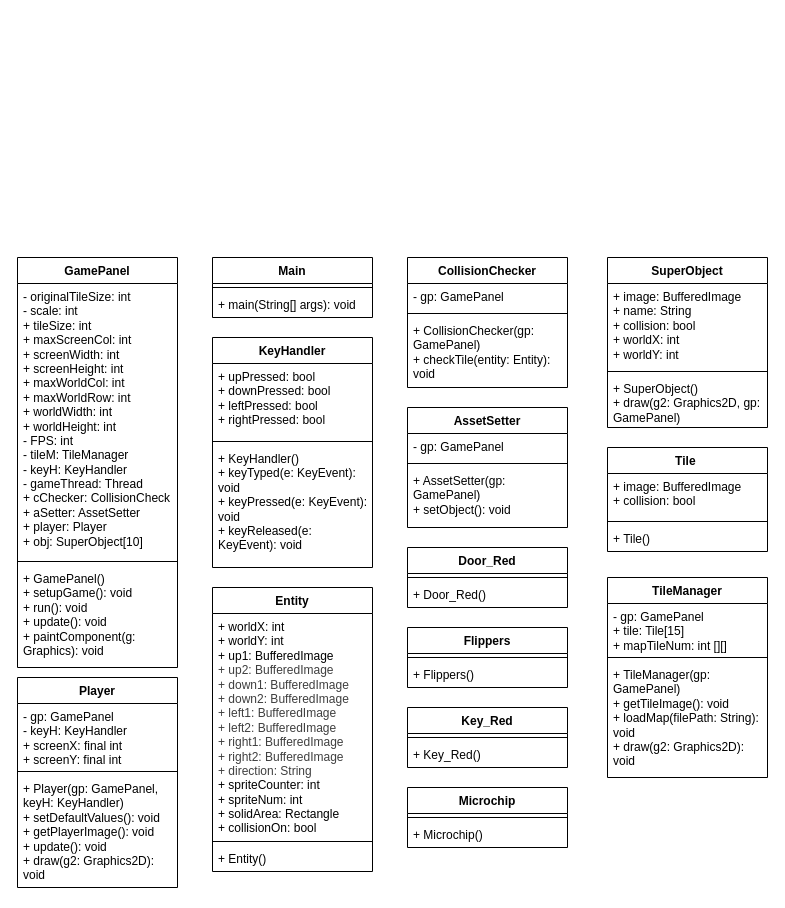
Earlier version of the draw.io diagram UML Diagram.drawio (chrysoooo/ChipChallenge). Source tidied: cells renumbered, new cells numbered last; positions are measured from the earlier drawing's top-left corner, leaving out a move shared by most shapes. Both pictures are drawn from the tidied source at 100%, with x=0, y=0 at pixel (17, 257).
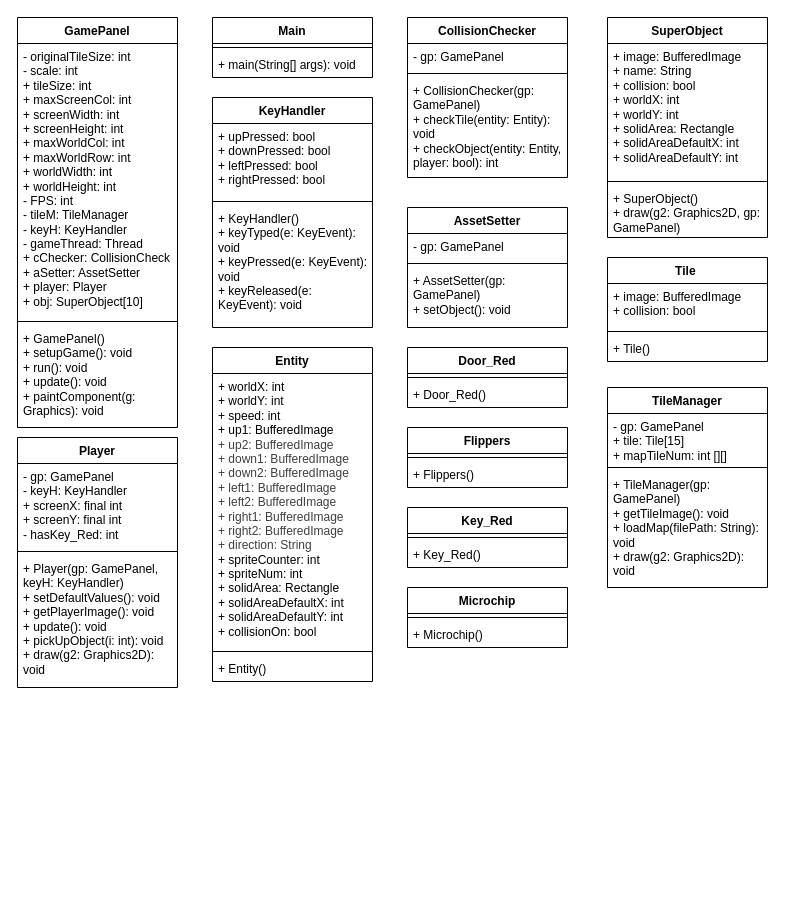
The same page after the edit.

Commit message:
initial class diagram 2.0

Change to the diagram source:
```diff
@@
     <mxCell id="2" value="Main" style="swimlane;fontStyle=1;align=center;verticalAlign=top;horizontal=1;startSize=26;whiteSpace=wrap;html=1;" parent="1" vertex="1">
-      <mxGeometry x="195" width="160" height="60" as="geometry" />
+      <mxGeometry x="195" y="-240" width="160" height="60" as="geometry" />
     </mxCell>
@@
     <mxCell id="5" value="GamePanel" style="swimlane;fontStyle=1;align=center;verticalAlign=top;horizontal=1;startSize=26;whiteSpace=wrap;html=1;" parent="1" vertex="1">
-      <mxGeometry width="160" height="410" as="geometry" />
+      <mxGeometry y="-240" width="160" height="410" as="geometry" />
     </mxCell>
@@
     <mxCell id="9" value="KeyHandler" style="swimlane;fontStyle=1;align=center;verticalAlign=top;horizontal=1;startSize=26;whiteSpace=wrap;html=1;" parent="1" vertex="1">
-      <mxGeometry x="195" y="80" width="160" height="230" as="geometry" />
+      <mxGeometry x="195" y="-160" width="160" height="230" as="geometry" />
     </mxCell>
@@
     <mxCell id="13" value="CollisionChecker" style="swimlane;fontStyle=1;align=center;verticalAlign=top;horizontal=1;startSize=26;whiteSpace=wrap;html=1;" parent="1" vertex="1">
-      <mxGeometry x="390" width="160" height="130" as="geometry" />
+      <mxGeometry x="390" y="-240" width="160" height="160" as="geometry" />
     </mxCell>
@@
-    <mxCell id="16" value="+ CollisionChecker(gp: GamePanel)&lt;div&gt;+ checkTile(entity: Entity): void&lt;/div&gt;&lt;div&gt;&lt;br&gt;&lt;/div&gt;" style="text;strokeColor=none;fillColor=none;align=left;verticalAlign=top;spacingLeft=4;spacingRight=4;overflow=hidden;whiteSpace=wrap;html=1;" parent="13" vertex="1">
-      <mxGeometry y="60" width="160" height="70" as="geometry" />
+    <mxCell id="16" value="+ CollisionChecker(gp: GamePanel)&lt;div&gt;+ checkTile(entity: Entity): void&lt;/div&gt;&lt;div&gt;+ checkObject(entity: Entity, player: bool): int&lt;/div&gt;&lt;div&gt;&lt;br&gt;&lt;/div&gt;" style="text;strokeColor=none;fillColor=none;align=left;verticalAlign=top;spacingLeft=4;spacingRight=4;overflow=hidden;whiteSpace=wrap;html=1;" parent="13" vertex="1">
+      <mxGeometry y="60" width="160" height="100" as="geometry" />
     </mxCell>
     <mxCell id="17" value="AssetSetter" style="swimlane;fontStyle=1;align=center;verticalAlign=top;horizontal=1;startSize=26;whiteSpace=wrap;html=1;" parent="1" vertex="1">
-      <mxGeometry x="390" y="150" width="160" height="120" as="geometry" />
+      <mxGeometry x="390" y="-50" width="160" height="120" as="geometry" />
     </mxCell>
@@
     <mxCell id="21" value="Entity" style="swimlane;fontStyle=1;align=center;verticalAlign=top;horizontal=1;startSize=26;whiteSpace=wrap;html=1;" parent="1" vertex="1">
-      <mxGeometry x="195" y="330" width="160" height="284" as="geometry" />
+      <mxGeometry x="195" y="90" width="160" height="334" as="geometry" />
     </mxCell>
-    <mxCell id="22" value="+ worldX: int&lt;div&gt;+ worldY: int&lt;/div&gt;&lt;div&gt;+ up1: BufferedImage&lt;/div&gt;&lt;span style=&quot;color: rgb(63, 63, 63);&quot;&gt;+ up2: BufferedImage&lt;/span&gt;&lt;div&gt;&lt;span style=&quot;color: rgb(63, 63, 63);&quot;&gt;+ down1: BufferedImage&lt;/span&gt;&lt;/div&gt;&lt;div&gt;&lt;span style=&quot;color: rgb(63, 63, 63);&quot;&gt;+ down2: BufferedImage&lt;/span&gt;&lt;/div&gt;&lt;span style=&quot;color: rgb(63, 63, 63);&quot;&gt;+ left1: BufferedImage&lt;/span&gt;&lt;br class=&quot;Apple-interchange-newline&quot;&gt;&lt;span style=&quot;color: rgb(63, 63, 63);&quot;&gt;+ left2: BufferedImage&lt;/span&gt;&lt;br class=&quot;Apple-interchange-newline&quot;&gt;&lt;span style=&quot;color: rgb(63, 63, 63);&quot;&gt;+ right1: BufferedImage&lt;/span&gt;&lt;br class=&quot;Apple-interchange-newline&quot;&gt;&lt;span style=&quot;color: rgb(63, 63, 63);&quot;&gt;+ right2: BufferedImage&lt;/span&gt;&lt;div&gt;&lt;span style=&quot;color: rgb(63, 63, 63);&quot;&gt;+ direction: String&lt;/span&gt;&lt;/div&gt;&lt;div&gt;+ spriteCounter: int&lt;/div&gt;&lt;div&gt;+ spriteNum: int&lt;/div&gt;&lt;div&gt;+ solidArea: Rectangle&lt;/div&gt;&lt;div&gt;+ collisionOn: bool&lt;/div&gt;" style="text;strokeColor=none;fillColor=none;align=left;verticalAlign=top;spacingLeft=4;spacingRight=4;overflow=hidden;whiteSpace=wrap;html=1;" parent="21" vertex="1">
-      <mxGeometry y="26" width="160" height="224" as="geometry" />
+    <mxCell id="22" value="+ worldX: int&lt;div&gt;+ worldY: int&lt;/div&gt;&lt;div&gt;+ speed: int&lt;/div&gt;&lt;div&gt;+ up1: BufferedImage&lt;/div&gt;&lt;span style=&quot;color: rgb(63, 63, 63);&quot;&gt;+ up2: BufferedImage&lt;/span&gt;&lt;div&gt;&lt;span style=&quot;color: rgb(63, 63, 63);&quot;&gt;+ down1: BufferedImage&lt;/span&gt;&lt;/div&gt;&lt;div&gt;&lt;span style=&quot;color: rgb(63, 63, 63);&quot;&gt;+ down2: BufferedImage&lt;/span&gt;&lt;/div&gt;&lt;span style=&quot;color: rgb(63, 63, 63);&quot;&gt;+ left1: BufferedImage&lt;/span&gt;&lt;br class=&quot;Apple-interchange-newline&quot;&gt;&lt;span style=&quot;color: rgb(63, 63, 63);&quot;&gt;+ left2: BufferedImage&lt;/span&gt;&lt;br class=&quot;Apple-interchange-newline&quot;&gt;&lt;span style=&quot;color: rgb(63, 63, 63);&quot;&gt;+ right1: BufferedImage&lt;/span&gt;&lt;br class=&quot;Apple-interchange-newline&quot;&gt;&lt;span style=&quot;color: rgb(63, 63, 63);&quot;&gt;+ right2: BufferedImage&lt;/span&gt;&lt;div&gt;&lt;span style=&quot;color: rgb(63, 63, 63);&quot;&gt;+ direction: String&lt;/span&gt;&lt;/div&gt;&lt;div&gt;+ spriteCounter: int&lt;/div&gt;&lt;div&gt;+ spriteNum: int&lt;/div&gt;&lt;div&gt;+ solidArea: Rectangle&lt;/div&gt;&lt;div&gt;+ solidAreaDefaultX: int&lt;/div&gt;&lt;div&gt;+ solidAreaDefaultY: int&lt;/div&gt;&lt;div&gt;+ collisionOn: bool&lt;/div&gt;" style="text;strokeColor=none;fillColor=none;align=left;verticalAlign=top;spacingLeft=4;spacingRight=4;overflow=hidden;whiteSpace=wrap;html=1;" parent="21" vertex="1">
+      <mxGeometry y="26" width="160" height="274" as="geometry" />
     </mxCell>
     <mxCell id="23" style="line;strokeWidth=1;fillColor=none;align=left;verticalAlign=middle;spacingTop=-1;spacingLeft=3;spacingRight=3;labelPosition=right;strokeColor=inherit;" parent="21" vertex="1">
-      <mxGeometry y="250" width="160" height="8" as="geometry" />
+      <mxGeometry y="300" width="160" height="8" as="geometry" />
     </mxCell>
     <mxCell id="24" value="+ Entity()" style="text;strokeColor=none;fillColor=none;align=left;verticalAlign=top;spacingLeft=4;spacingRight=4;overflow=hidden;whiteSpace=wrap;html=1;" parent="21" vertex="1">
-      <mxGeometry y="258" width="160" height="26" as="geometry" />
+      <mxGeometry y="308" width="160" height="26" as="geometry" />
     </mxCell>
     <mxCell id="25" value="Player" style="swimlane;fontStyle=1;align=center;verticalAlign=top;horizontal=1;startSize=26;whiteSpace=wrap;html=1;" parent="1" vertex="1">
-      <mxGeometry y="420" width="160" height="210" as="geometry" />
+      <mxGeometry y="180" width="160" height="250" as="geometry" />
     </mxCell>
-    <mxCell id="26" value="- gp: GamePanel&lt;div&gt;- keyH: KeyHandler&lt;/div&gt;&lt;div&gt;+ screenX: final int&lt;/div&gt;&lt;div&gt;+ screenY: final int&lt;/div&gt;" style="text;strokeColor=none;fillColor=none;align=left;verticalAlign=top;spacingLeft=4;spacingRight=4;overflow=hidden;whiteSpace=wrap;html=1;" parent="25" vertex="1">
-      <mxGeometry y="26" width="160" height="64" as="geometry" />
+    <mxCell id="26" value="- gp: GamePanel&lt;div&gt;- keyH: KeyHandler&lt;/div&gt;&lt;div&gt;+ screenX: final int&lt;/div&gt;&lt;div&gt;+ screenY: final int&lt;/div&gt;&lt;div&gt;- hasKey_Red: int&lt;/div&gt;" style="text;strokeColor=none;fillColor=none;align=left;verticalAlign=top;spacingLeft=4;spacingRight=4;overflow=hidden;whiteSpace=wrap;html=1;" parent="25" vertex="1">
+      <mxGeometry y="26" width="160" height="84" as="geometry" />
     </mxCell>
     <mxCell id="27" style="line;strokeWidth=1;fillColor=none;align=left;verticalAlign=middle;spacingTop=-1;spacingLeft=3;spacingRight=3;labelPosition=right;strokeColor=inherit;" parent="25" vertex="1">
-      <mxGeometry y="90" width="160" height="8" as="geometry" />
+      <mxGeometry y="110" width="160" height="8" as="geometry" />
     </mxCell>
-    <mxCell id="28" value="+ Player(gp: GamePanel, keyH: KeyHandler)&lt;div&gt;+ setDefaultValues(): void&lt;/div&gt;&lt;div&gt;+ getPlayerImage(): void&lt;/div&gt;&lt;div&gt;+ update(): void&lt;/div&gt;&lt;div&gt;+ draw(g2: Graphics2D): void&lt;br&gt;&lt;/div&gt;" style="text;strokeColor=none;fillColor=none;align=left;verticalAlign=top;spacingLeft=4;spacingRight=4;overflow=hidden;whiteSpace=wrap;html=1;" parent="25" vertex="1">
-      <mxGeometry y="98" width="160" height="112" as="geometry" />
+    <mxCell id="28" value="+ Player(gp: GamePanel, keyH: KeyHandler)&lt;div&gt;+ setDefaultValues(): void&lt;/div&gt;&lt;div&gt;+ getPlayerImage(): void&lt;/div&gt;&lt;div&gt;+ update(): void&lt;/div&gt;&lt;div&gt;+ pickUpObject(i: int): void&lt;/div&gt;&lt;div&gt;+ draw(g2: Graphics2D): void&lt;br&gt;&lt;/div&gt;" style="text;strokeColor=none;fillColor=none;align=left;verticalAlign=top;spacingLeft=4;spacingRight=4;overflow=hidden;whiteSpace=wrap;html=1;" parent="25" vertex="1">
+      <mxGeometry y="118" width="160" height="132" as="geometry" />
     </mxCell>
     <mxCell id="29" value="Door_Red" style="swimlane;fontStyle=1;align=center;verticalAlign=top;horizontal=1;startSize=26;whiteSpace=wrap;html=1;" parent="1" vertex="1">
-      <mxGeometry x="390" y="290" width="160" height="60" as="geometry" />
+      <mxGeometry x="390" y="90" width="160" height="60" as="geometry" />
     </mxCell>
@@
     <mxCell id="32" value="Flippers" style="swimlane;fontStyle=1;align=center;verticalAlign=top;horizontal=1;startSize=26;whiteSpace=wrap;html=1;" parent="1" vertex="1">
-      <mxGeometry x="390" y="370" width="160" height="60" as="geometry" />
+      <mxGeometry x="390" y="170" width="160" height="60" as="geometry" />
     </mxCell>
@@
     <mxCell id="35" value="Key_Red" style="swimlane;fontStyle=1;align=center;verticalAlign=top;horizontal=1;startSize=26;whiteSpace=wrap;html=1;" parent="1" vertex="1">
-      <mxGeometry x="390" y="450" width="160" height="60" as="geometry" />
+      <mxGeometry x="390" y="250" width="160" height="60" as="geometry" />
     </mxCell>
@@
     <mxCell id="38" value="Microchip" style="swimlane;fontStyle=1;align=center;verticalAlign=top;horizontal=1;startSize=26;whiteSpace=wrap;html=1;" parent="1" vertex="1">
-      <mxGeometry x="390" y="530" width="160" height="60" as="geometry" />
+      <mxGeometry x="390" y="330" width="160" height="60" as="geometry" />
     </mxCell>
@@
     <mxCell id="41" value="SuperObject" style="swimlane;fontStyle=1;align=center;verticalAlign=top;horizontal=1;startSize=26;whiteSpace=wrap;html=1;" parent="1" vertex="1">
-      <mxGeometry x="590" width="160" height="170" as="geometry" />
+      <mxGeometry x="590" y="-240" width="160" height="220" as="geometry" />
     </mxCell>
-    <mxCell id="42" value="+ image: BufferedImage&lt;div&gt;+ name: String&lt;/div&gt;&lt;div&gt;+ collision: bool&lt;/div&gt;&lt;div&gt;+ worldX: int&lt;/div&gt;&lt;div&gt;+ worldY: int&lt;/div&gt;" style="text;strokeColor=none;fillColor=none;align=left;verticalAlign=top;spacingLeft=4;spacingRight=4;overflow=hidden;whiteSpace=wrap;html=1;" parent="41" vertex="1">
-      <mxGeometry y="26" width="160" height="84" as="geometry" />
+    <mxCell id="42" value="+ image: BufferedImage&lt;div&gt;+ name: String&lt;/div&gt;&lt;div&gt;+ collision: bool&lt;/div&gt;&lt;div&gt;+ worldX: int&lt;/div&gt;&lt;div&gt;+ worldY: int&lt;/div&gt;&lt;div&gt;+ solidArea: Rectangle&lt;/div&gt;&lt;div&gt;+ solidAreaDefaultX: int&lt;/div&gt;&lt;div&gt;+ solidAreaDefaultY: int&lt;/div&gt;" style="text;strokeColor=none;fillColor=none;align=left;verticalAlign=top;spacingLeft=4;spacingRight=4;overflow=hidden;whiteSpace=wrap;html=1;" parent="41" vertex="1">
+      <mxGeometry y="26" width="160" height="134" as="geometry" />
     </mxCell>
     <mxCell id="43" style="line;strokeWidth=1;fillColor=none;align=left;verticalAlign=middle;spacingTop=-1;spacingLeft=3;spacingRight=3;labelPosition=right;strokeColor=inherit;" parent="41" vertex="1">
-      <mxGeometry y="110" width="160" height="8" as="geometry" />
+      <mxGeometry y="160" width="160" height="8" as="geometry" />
     </mxCell>
     <mxCell id="44" value="+ SuperObject()&lt;div&gt;+ draw(g2: Graphics2D, gp: GamePanel)&lt;/div&gt;" style="text;strokeColor=none;fillColor=none;align=left;verticalAlign=top;spacingLeft=4;spacingRight=4;overflow=hidden;whiteSpace=wrap;html=1;" parent="41" vertex="1">
-      <mxGeometry y="118" width="160" height="52" as="geometry" />
+      <mxGeometry y="168" width="160" height="52" as="geometry" />
     </mxCell>
     <mxCell id="45" value="Tile&amp;nbsp;" style="swimlane;fontStyle=1;align=center;verticalAlign=top;horizontal=1;startSize=26;whiteSpace=wrap;html=1;" parent="1" vertex="1">
-      <mxGeometry x="590" y="190" width="160" height="104" as="geometry" />
+      <mxGeometry x="590" width="160" height="104" as="geometry" />
     </mxCell>
@@
     <mxCell id="49" value="TileManager" style="swimlane;fontStyle=1;align=center;verticalAlign=top;horizontal=1;startSize=26;whiteSpace=wrap;html=1;" parent="1" vertex="1">
-      <mxGeometry x="590" y="320" width="160" height="200" as="geometry" />
+      <mxGeometry x="590" y="130" width="160" height="200" as="geometry" />
     </mxCell>
```
